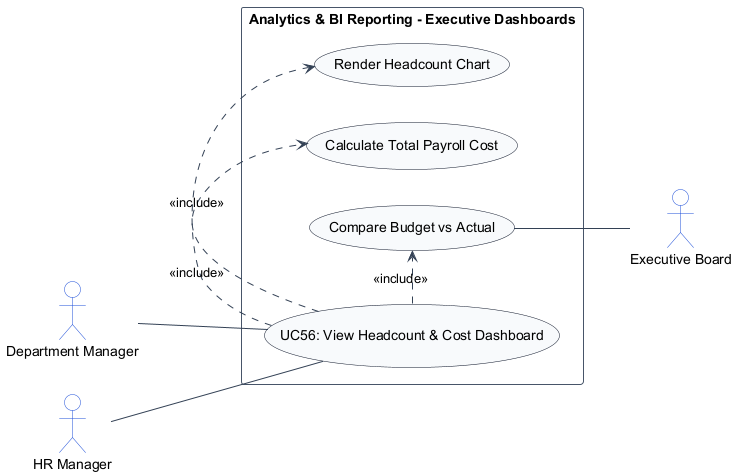
The PlantUML diagram usecase_images/UC56.png in TamBui1706/HRPlatform, before a commit.
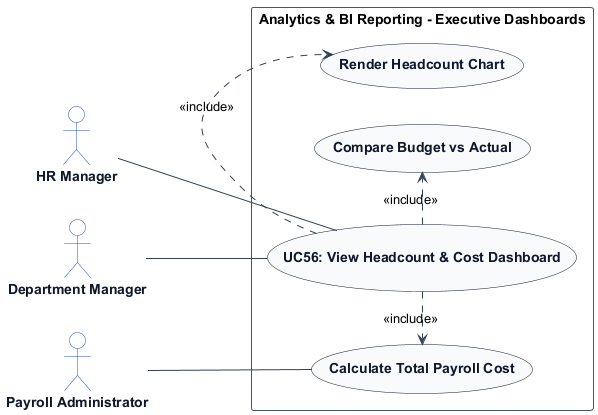
Later version of the same file.

Change to the diagram source:
```diff
@@ -7,14 +7,20 @@
 skinparam ArrowColor #334155
 skinparam ActorBorderColor #1d4ed8
 skinparam ActorBackgroundColor #ffffff
+skinparam ActorFontColor #0f172a
+skinparam ActorFontStyle bold
+
 skinparam UsecaseBorderColor #0f172a
 skinparam UsecaseBackgroundColor #f8fafc
+skinparam UsecaseFontColor #0f172a
+skinparam UsecaseFontStyle bold
+
 skinparam RectangleBorderColor #475569
 skinparam RectangleBackgroundColor #ffffff
 
+actor "HR Manager" as HRManager
 actor "Department Manager" as DepartmentManager
-actor "HR Manager" as HRManager
-actor "Executive Board" as ExecutiveBoard
+actor "Payroll Administrator" as PayrollAdministrator
 
 rectangle "Analytics & BI Reporting - Executive Dashboards" {
     usecase "UC56: View Headcount & Cost Dashboard" as UC_Main
@@ -22,11 +28,11 @@
     usecase "Calculate Total Payroll Cost" as UC_CalcCost
     usecase "Compare Budget vs Actual" as UC_CompBud
 
+    HRManager -- UC_Main
     DepartmentManager -- UC_Main
-    HRManager -- UC_Main
+    PayrollAdministrator -- UC_CalcCost
     UC_Main .> UC_RenderHC : <<include>>
     UC_Main .> UC_CalcCost : <<include>>
     UC_Main .> UC_CompBud : <<include>>
-    UC_CompBud -- ExecutiveBoard
 }
 @enduml
```
